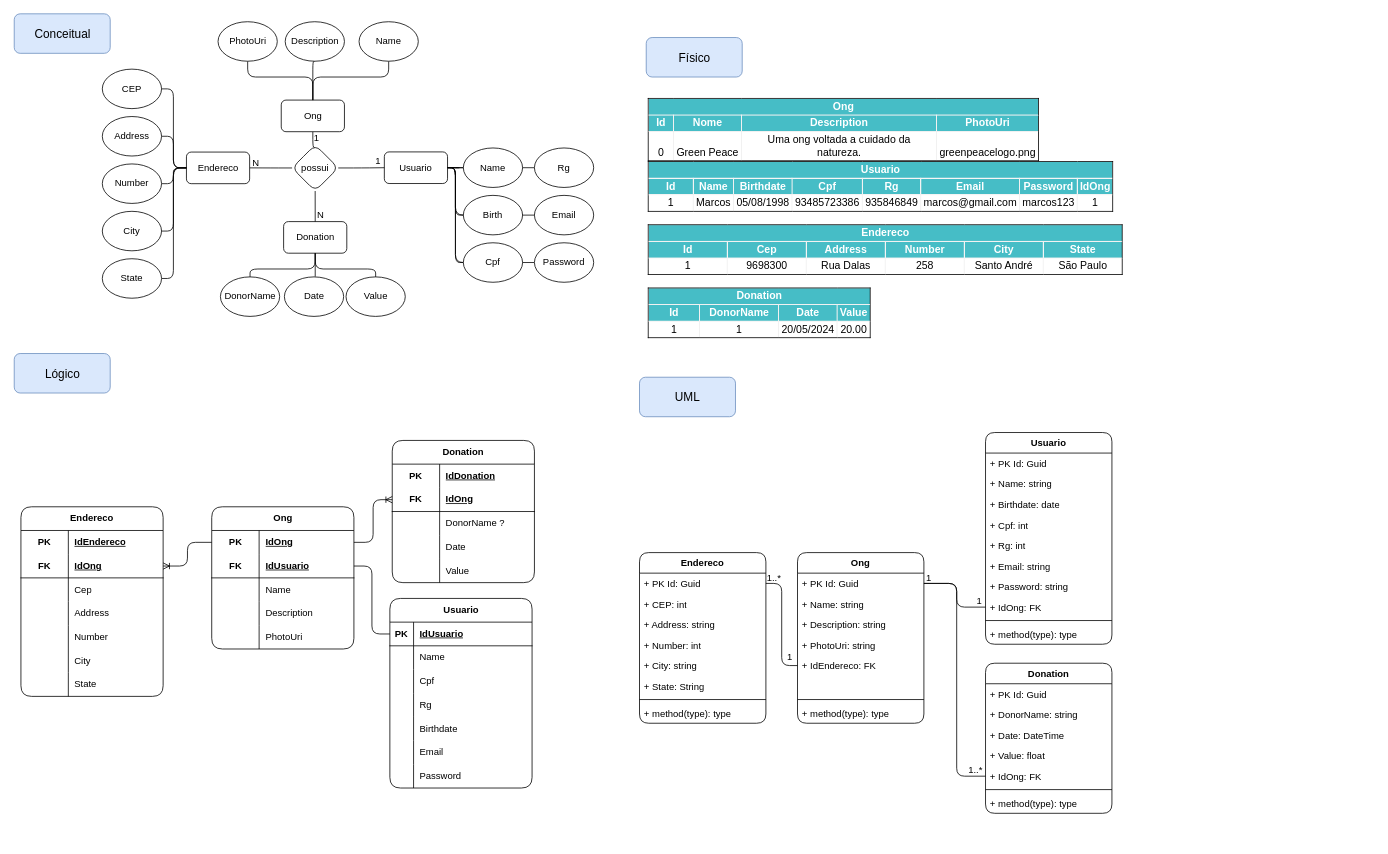
Before: diagrama banco hope hand.drawio in guilhermemonte21/hope-hand, a draw.io diagram. Source tidied: cells renumbered, new cells numbered last; positions are measured from the earlier drawing's top-left corner, leaving out a move shared by most shapes. Both pictures are drawn from the tidied source at 79%, with x=0, y=0 at pixel (13, 13).
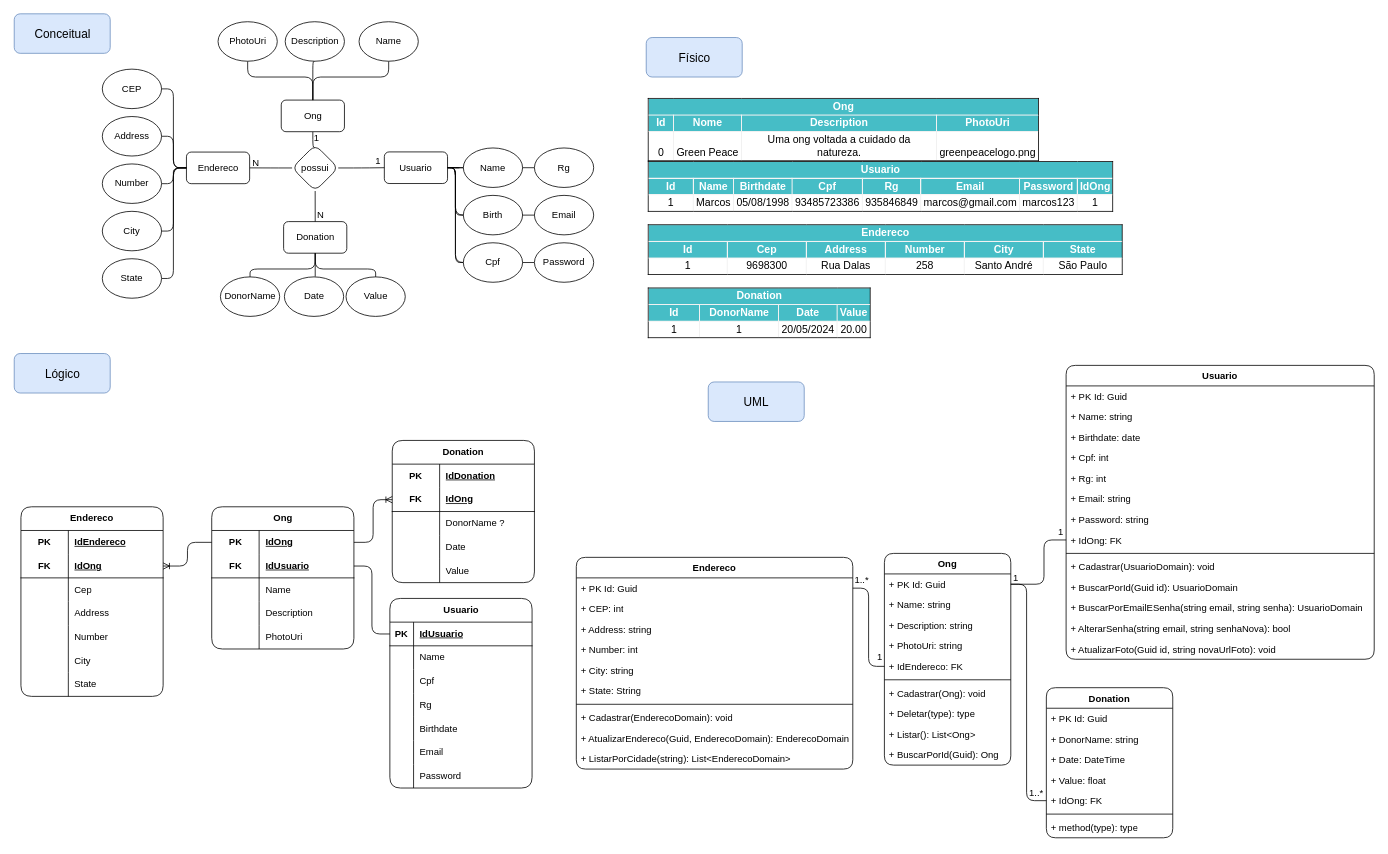
The same page after the edit.

Commit message:
Inserido métodos

Unchanged cells that the change refers to:
```xml
<mxCell id="3" value="+ PK Id: Guid" style="text;strokeColor=none;fillColor=none;align=left;verticalAlign=top;spacingLeft=4;spacingRight=4;overflow=hidden;points=[[0,0.5],[1,0.5]];portConstraint=eastwest;whiteSpace=wrap;html=1;rounded=1;" parent="2" vertex="1">
  <mxGeometry y="26" width="160" height="26" as="geometry" />
</mxCell>
<mxCell id="36" value="+ IdOng: FK" style="text;strokeColor=none;fillColor=none;align=left;verticalAlign=top;spacingLeft=4;spacingRight=4;overflow=hidden;points=[[0,0.5],[1,0.5]];portConstraint=eastwest;whiteSpace=wrap;html=1;rounded=1;" parent="31" vertex="1">
  <mxGeometry y="130" width="160" height="26" as="geometry" />
</mxCell>
```

Change to the diagram source:
```diff
@@
     <mxCell id="2" value="Ong" style="swimlane;fontStyle=1;align=center;verticalAlign=top;horizontal=1;startSize=26;whiteSpace=wrap;html=1;rounded=1;" parent="1" vertex="1">
-      <mxGeometry x="992" y="682" width="160" height="216" as="geometry" />
+      <mxGeometry x="1102" y="683" width="160" height="268" as="geometry" />
     </mxCell>
@@
-    <mxCell id="8" style="text;strokeColor=none;fillColor=none;align=left;verticalAlign=top;spacingLeft=4;spacingRight=4;overflow=hidden;whiteSpace=wrap;html=1;rounded=1;" parent="2" vertex="1">
-      <mxGeometry y="156" width="160" height="26" as="geometry" />
-    </mxCell>
     <mxCell id="9" style="line;strokeWidth=1;fillColor=none;align=left;verticalAlign=middle;spacingTop=-1;spacingLeft=3;spacingRight=3;labelPosition=right;strokeColor=inherit;rounded=1;" parent="2" vertex="1">
-      <mxGeometry y="182" width="160" height="8" as="geometry" />
+      <mxGeometry y="156" width="160" height="8" as="geometry" />
     </mxCell>
-    <mxCell id="10" value="+ method(type): type" style="text;strokeColor=none;fillColor=none;align=left;verticalAlign=top;spacingLeft=4;spacingRight=4;overflow=hidden;whiteSpace=wrap;html=1;rounded=1;" parent="2" vertex="1">
-      <mxGeometry y="190" width="160" height="26" as="geometry" />
+    <mxCell id="10" value="+ Cadastrar(Ong): void" style="text;strokeColor=none;fillColor=none;align=left;verticalAlign=top;spacingLeft=4;spacingRight=4;overflow=hidden;whiteSpace=wrap;html=1;rounded=1;" parent="2" vertex="1">
+      <mxGeometry y="164" width="160" height="26" as="geometry" />
     </mxCell>
+    <mxCell id="181" value="+ Deletar(type): type" style="text;strokeColor=none;fillColor=none;align=left;verticalAlign=top;spacingLeft=4;spacingRight=4;overflow=hidden;whiteSpace=wrap;html=1;rounded=1;" parent="2" vertex="1">
+      <mxGeometry y="190" width="160" height="26" as="geometry" />
+    </mxCell>
+    <mxCell id="182" value="+ Listar(): List&amp;lt;Ong&amp;gt;" style="text;strokeColor=none;fillColor=none;align=left;verticalAlign=top;spacingLeft=4;spacingRight=4;overflow=hidden;whiteSpace=wrap;html=1;rounded=1;" parent="2" vertex="1">
+      <mxGeometry y="216" width="160" height="26" as="geometry" />
+    </mxCell>
+    <mxCell id="183" value="+ BuscarPorId(Guid): Ong" style="text;strokeColor=none;fillColor=none;align=left;verticalAlign=top;spacingLeft=4;spacingRight=4;overflow=hidden;whiteSpace=wrap;html=1;rounded=1;" parent="2" vertex="1">
+      <mxGeometry y="242" width="160" height="26" as="geometry" />
+    </mxCell>
     <mxCell id="11" value="Endereco" style="swimlane;fontStyle=1;align=center;verticalAlign=top;horizontal=1;startSize=26;whiteSpace=wrap;html=1;rounded=1;" parent="1" vertex="1">
-      <mxGeometry x="792" y="682" width="160" height="216" as="geometry" />
+      <mxGeometry x="712" y="688" width="350" height="268" as="geometry" />
     </mxCell>
     <mxCell id="12" value="+ PK Id: Guid" style="text;strokeColor=none;fillColor=none;align=left;verticalAlign=top;spacingLeft=4;spacingRight=4;overflow=hidden;points=[[0,0.5],[1,0.5]];portConstraint=eastwest;whiteSpace=wrap;html=1;rounded=1;" parent="11" vertex="1">
-      <mxGeometry y="26" width="160" height="26" as="geometry" />
+      <mxGeometry y="26" width="350" height="26" as="geometry" />
     </mxCell>
     <mxCell id="13" value="+ CEP: int" style="text;strokeColor=none;fillColor=none;align=left;verticalAlign=top;spacingLeft=4;spacingRight=4;overflow=hidden;whiteSpace=wrap;html=1;rounded=1;" parent="11" vertex="1">
-      <mxGeometry y="52" width="160" height="26" as="geometry" />
+      <mxGeometry y="52" width="350" height="26" as="geometry" />
     </mxCell>
     <mxCell id="14" value="+ Address: string" style="text;strokeColor=none;fillColor=none;align=left;verticalAlign=top;spacingLeft=4;spacingRight=4;overflow=hidden;whiteSpace=wrap;html=1;rounded=1;" parent="11" vertex="1">
-      <mxGeometry y="78" width="160" height="26" as="geometry" />
+      <mxGeometry y="78" width="350" height="26" as="geometry" />
     </mxCell>
     <mxCell id="15" value="+ Number: int" style="text;strokeColor=none;fillColor=none;align=left;verticalAlign=top;spacingLeft=4;spacingRight=4;overflow=hidden;whiteSpace=wrap;html=1;rounded=1;" parent="11" vertex="1">
-      <mxGeometry y="104" width="160" height="26" as="geometry" />
+      <mxGeometry y="104" width="350" height="26" as="geometry" />
     </mxCell>
     <mxCell id="16" value="+ City: string" style="text;strokeColor=none;fillColor=none;align=left;verticalAlign=top;spacingLeft=4;spacingRight=4;overflow=hidden;whiteSpace=wrap;html=1;rounded=1;" parent="11" vertex="1">
-      <mxGeometry y="130" width="160" height="26" as="geometry" />
+      <mxGeometry y="130" width="350" height="26" as="geometry" />
     </mxCell>
     <mxCell id="17" value="+ State: String" style="text;strokeColor=none;fillColor=none;align=left;verticalAlign=top;spacingLeft=4;spacingRight=4;overflow=hidden;whiteSpace=wrap;html=1;rounded=1;" parent="11" vertex="1">
-      <mxGeometry y="156" width="160" height="26" as="geometry" />
+      <mxGeometry y="156" width="350" height="26" as="geometry" />
     </mxCell>
     <mxCell id="18" style="line;strokeWidth=1;fillColor=none;align=left;verticalAlign=middle;spacingTop=-1;spacingLeft=3;spacingRight=3;labelPosition=right;strokeColor=inherit;rounded=1;" parent="11" vertex="1">
-      <mxGeometry y="182" width="160" height="8" as="geometry" />
+      <mxGeometry y="182" width="350" height="8" as="geometry" />
     </mxCell>
-    <mxCell id="19" value="+ method(type): type" style="text;strokeColor=none;fillColor=none;align=left;verticalAlign=top;spacingLeft=4;spacingRight=4;overflow=hidden;whiteSpace=wrap;html=1;rounded=1;" parent="11" vertex="1">
-      <mxGeometry y="190" width="160" height="26" as="geometry" />
+    <mxCell id="19" value="+ Cadastrar(EnderecoDomain): void" style="text;strokeColor=none;fillColor=none;align=left;verticalAlign=top;spacingLeft=4;spacingRight=4;overflow=hidden;whiteSpace=wrap;html=1;rounded=1;" parent="11" vertex="1">
+      <mxGeometry y="190" width="350" height="26" as="geometry" />
     </mxCell>
+    <mxCell id="184" value="+ AtualizarEndereco(Guid, EnderecoDomain): EnderecoDomain" style="text;strokeColor=none;fillColor=none;align=left;verticalAlign=top;spacingLeft=4;spacingRight=4;overflow=hidden;whiteSpace=wrap;html=1;rounded=1;" parent="11" vertex="1">
+      <mxGeometry y="216" width="350" height="26" as="geometry" />
+    </mxCell>
+    <mxCell id="185" value="+ ListarPorCidade(string): List&amp;lt;EnderecoDomain&amp;gt;" style="text;strokeColor=none;fillColor=none;align=left;verticalAlign=top;spacingLeft=4;spacingRight=4;overflow=hidden;whiteSpace=wrap;html=1;rounded=1;" parent="11" vertex="1">
+      <mxGeometry y="242" width="350" height="26" as="geometry" />
+    </mxCell>
     <mxCell id="20" value="Usuario" style="swimlane;fontStyle=1;align=center;verticalAlign=top;horizontal=1;startSize=26;whiteSpace=wrap;html=1;rounded=1;" parent="1" vertex="1">
-      <mxGeometry x="1230" y="530" width="160" height="268" as="geometry" />
+      <mxGeometry x="1332" y="445" width="390" height="372" as="geometry" />
     </mxCell>
     <mxCell id="21" value="+ PK Id: Guid" style="text;strokeColor=none;fillColor=none;align=left;verticalAlign=top;spacingLeft=4;spacingRight=4;overflow=hidden;whiteSpace=wrap;html=1;rounded=1;" parent="20" vertex="1">
-      <mxGeometry y="26" width="160" height="26" as="geometry" />
+      <mxGeometry y="26" width="390" height="26" as="geometry" />
     </mxCell>
     <mxCell id="22" value="+ Name: string" style="text;strokeColor=none;fillColor=none;align=left;verticalAlign=top;spacingLeft=4;spacingRight=4;overflow=hidden;whiteSpace=wrap;html=1;rounded=1;" parent="20" vertex="1">
-      <mxGeometry y="52" width="160" height="26" as="geometry" />
+      <mxGeometry y="52" width="390" height="26" as="geometry" />
     </mxCell>
     <mxCell id="23" value="+ Birthdate: date" style="text;strokeColor=none;fillColor=none;align=left;verticalAlign=top;spacingLeft=4;spacingRight=4;overflow=hidden;whiteSpace=wrap;html=1;rounded=1;" parent="20" vertex="1">
-      <mxGeometry y="78" width="160" height="26" as="geometry" />
+      <mxGeometry y="78" width="390" height="26" as="geometry" />
     </mxCell>
     <mxCell id="24" value="+ Cpf: int" style="text;strokeColor=none;fillColor=none;align=left;verticalAlign=top;spacingLeft=4;spacingRight=4;overflow=hidden;whiteSpace=wrap;html=1;rounded=1;" parent="20" vertex="1">
-      <mxGeometry y="104" width="160" height="26" as="geometry" />
+      <mxGeometry y="104" width="390" height="26" as="geometry" />
     </mxCell>
     <mxCell id="25" value="+ Rg: int" style="text;strokeColor=none;fillColor=none;align=left;verticalAlign=top;spacingLeft=4;spacingRight=4;overflow=hidden;whiteSpace=wrap;html=1;rounded=1;" parent="20" vertex="1">
-      <mxGeometry y="130" width="160" height="26" as="geometry" />
+      <mxGeometry y="130" width="390" height="26" as="geometry" />
     </mxCell>
     <mxCell id="26" value="+ Email: string" style="text;strokeColor=none;fillColor=none;align=left;verticalAlign=top;spacingLeft=4;spacingRight=4;overflow=hidden;whiteSpace=wrap;html=1;rounded=1;" parent="20" vertex="1">
-      <mxGeometry y="156" width="160" height="26" as="geometry" />
+      <mxGeometry y="156" width="390" height="26" as="geometry" />
     </mxCell>
     <mxCell id="27" value="+ Password: string" style="text;strokeColor=none;fillColor=none;align=left;verticalAlign=top;spacingLeft=4;spacingRight=4;overflow=hidden;whiteSpace=wrap;html=1;rounded=1;" parent="20" vertex="1">
-      <mxGeometry y="182" width="160" height="26" as="geometry" />
+      <mxGeometry y="182" width="390" height="26" as="geometry" />
     </mxCell>
     <mxCell id="28" value="+ IdOng: FK" style="text;strokeColor=none;fillColor=none;align=left;verticalAlign=top;spacingLeft=4;spacingRight=4;overflow=hidden;points=[[0,0.5],[1,0.5]];portConstraint=eastwest;whiteSpace=wrap;html=1;rounded=1;" parent="20" vertex="1">
-      <mxGeometry y="208" width="160" height="26" as="geometry" />
+      <mxGeometry y="208" width="390" height="26" as="geometry" />
     </mxCell>
     <mxCell id="29" style="line;strokeWidth=1;fillColor=none;align=left;verticalAlign=middle;spacingTop=-1;spacingLeft=3;spacingRight=3;labelPosition=right;strokeColor=inherit;rounded=1;" parent="20" vertex="1">
-      <mxGeometry y="234" width="160" height="8" as="geometry" />
+      <mxGeometry y="234" width="390" height="8" as="geometry" />
     </mxCell>
-    <mxCell id="30" value="+ method(type): type" style="text;strokeColor=none;fillColor=none;align=left;verticalAlign=top;spacingLeft=4;spacingRight=4;overflow=hidden;whiteSpace=wrap;html=1;rounded=1;" parent="20" vertex="1">
-      <mxGeometry y="242" width="160" height="26" as="geometry" />
+    <mxCell id="30" value="+ Cadastrar(UsuarioDomain): void" style="text;strokeColor=none;fillColor=none;align=left;verticalAlign=top;spacingLeft=4;spacingRight=4;overflow=hidden;whiteSpace=wrap;html=1;rounded=1;" parent="20" vertex="1">
+      <mxGeometry y="242" width="390" height="26" as="geometry" />
     </mxCell>
+    <mxCell id="186" value="+ BuscarPorId(Guid id): UsuarioDomain" style="text;strokeColor=none;fillColor=none;align=left;verticalAlign=top;spacingLeft=4;spacingRight=4;overflow=hidden;whiteSpace=wrap;html=1;rounded=1;" parent="20" vertex="1">
+      <mxGeometry y="268" width="390" height="26" as="geometry" />
+    </mxCell>
+    <mxCell id="187" value="+ BuscarPorEmailESenha(string email, string senha): UsuarioDomain" style="text;strokeColor=none;fillColor=none;align=left;verticalAlign=top;spacingLeft=4;spacingRight=4;overflow=hidden;whiteSpace=wrap;html=1;rounded=1;" parent="20" vertex="1">
+      <mxGeometry y="294" width="390" height="26" as="geometry" />
+    </mxCell>
+    <mxCell id="188" value="+ AlterarSenha(string email, string senhaNova): bool" style="text;strokeColor=none;fillColor=none;align=left;verticalAlign=top;spacingLeft=4;spacingRight=4;overflow=hidden;whiteSpace=wrap;html=1;rounded=1;" parent="20" vertex="1">
+      <mxGeometry y="320" width="390" height="26" as="geometry" />
+    </mxCell>
+    <mxCell id="189" value="+ AtualizarFoto(Guid id, string novaUrlFoto): void" style="text;strokeColor=none;fillColor=none;align=left;verticalAlign=top;spacingLeft=4;spacingRight=4;overflow=hidden;whiteSpace=wrap;html=1;rounded=1;" parent="20" vertex="1">
+      <mxGeometry y="346" width="390" height="26" as="geometry" />
+    </mxCell>
     <mxCell id="31" value="Donation" style="swimlane;fontStyle=1;align=center;verticalAlign=top;horizontal=1;startSize=26;whiteSpace=wrap;html=1;rounded=1;" parent="1" vertex="1">
-      <mxGeometry x="1230" y="822" width="160" height="190" as="geometry" />
+      <mxGeometry x="1307" y="853" width="160" height="190" as="geometry" />
     </mxCell>
@@
     <mxCell id="39" style="edgeStyle=orthogonalEdgeStyle;rounded=1;jettySize=auto;html=1;entryX=0;entryY=0.5;entryDx=0;entryDy=0;endArrow=none;endFill=0;" parent="1" edge="1" source="3" target="28">
       <mxGeometry relative="1" as="geometry">
         <Array as="points">
-          <mxPoint x="1193.5" y="721" />
-          <mxPoint x="1193.5" y="751" />
+          <mxPoint x="1304" y="722" />
+          <mxPoint x="1304" y="666" />
         </Array>
       </mxGeometry>
     </mxCell>
     <mxCell id="40" value="1" style="text;html=1;align=center;verticalAlign=middle;strokeColor=none;fillColor=none;rounded=1;" parent="1" vertex="1">
-      <mxGeometry x="1143" y="699" width="30" height="30" as="geometry" />
+      <mxGeometry x="1253" y="700" width="30" height="30" as="geometry" />
     </mxCell>
     <mxCell id="41" value="1" style="text;html=1;align=center;verticalAlign=middle;strokeColor=none;fillColor=none;rounded=1;" parent="1" vertex="1">
-      <mxGeometry x="1207" y="729" width="30" height="30" as="geometry" />
+      <mxGeometry x="1310" y="641" width="30" height="30" as="geometry" />
     </mxCell>
@@
     <mxCell id="54" value="1" style="text;html=1;align=center;verticalAlign=middle;strokeColor=none;fillColor=none;rounded=1;" parent="1" vertex="1">
-      <mxGeometry x="967" y="800" width="30" height="30" as="geometry" />
+      <mxGeometry x="1081.2" y="800" width="30" height="30" as="geometry" />
     </mxCell>
     <mxCell id="55" value="1..*" style="text;html=1;align=center;verticalAlign=middle;strokeColor=none;fillColor=none;rounded=1;" parent="1" vertex="1">
-      <mxGeometry x="942" y="700" width="40" height="30" as="geometry" />
+      <mxGeometry x="1053" y="702" width="40" height="30" as="geometry" />
     </mxCell>
@@
     <mxCell id="177" style="edgeStyle=orthogonalEdgeStyle;rounded=1;jettySize=auto;html=1;entryX=0;entryY=0.5;entryDx=0;entryDy=0;endArrow=none;endFill=0;" parent="1" edge="1" source="3" target="36">
       <mxGeometry relative="1" as="geometry">
         <Array as="points">
-          <mxPoint x="1193.5" y="721" />
-          <mxPoint x="1193.5" y="965" />
+          <mxPoint x="1282" y="722" />
+          <mxPoint x="1282" y="996" />
         </Array>
       </mxGeometry>
     </mxCell>
     <mxCell id="178" value="1..*" style="text;html=1;align=center;verticalAlign=middle;strokeColor=none;fillColor=none;" parent="1" vertex="1">
-      <mxGeometry x="1197" y="942" width="40" height="30" as="geometry" />
+      <mxGeometry x="1274" y="971" width="40" height="30" as="geometry" />
     </mxCell>
@@
     <mxCell id="180" value="UML" style="rounded=1;whiteSpace=wrap;html=1;fillColor=#dae8fc;strokeColor=#6c8ebf;fontSize=15;" parent="1" vertex="1">
-      <mxGeometry x="792" y="460" width="121.5" height="50" as="geometry" />
+      <mxGeometry x="879" y="466" width="121.5" height="50" as="geometry" />
     </mxCell>
```
